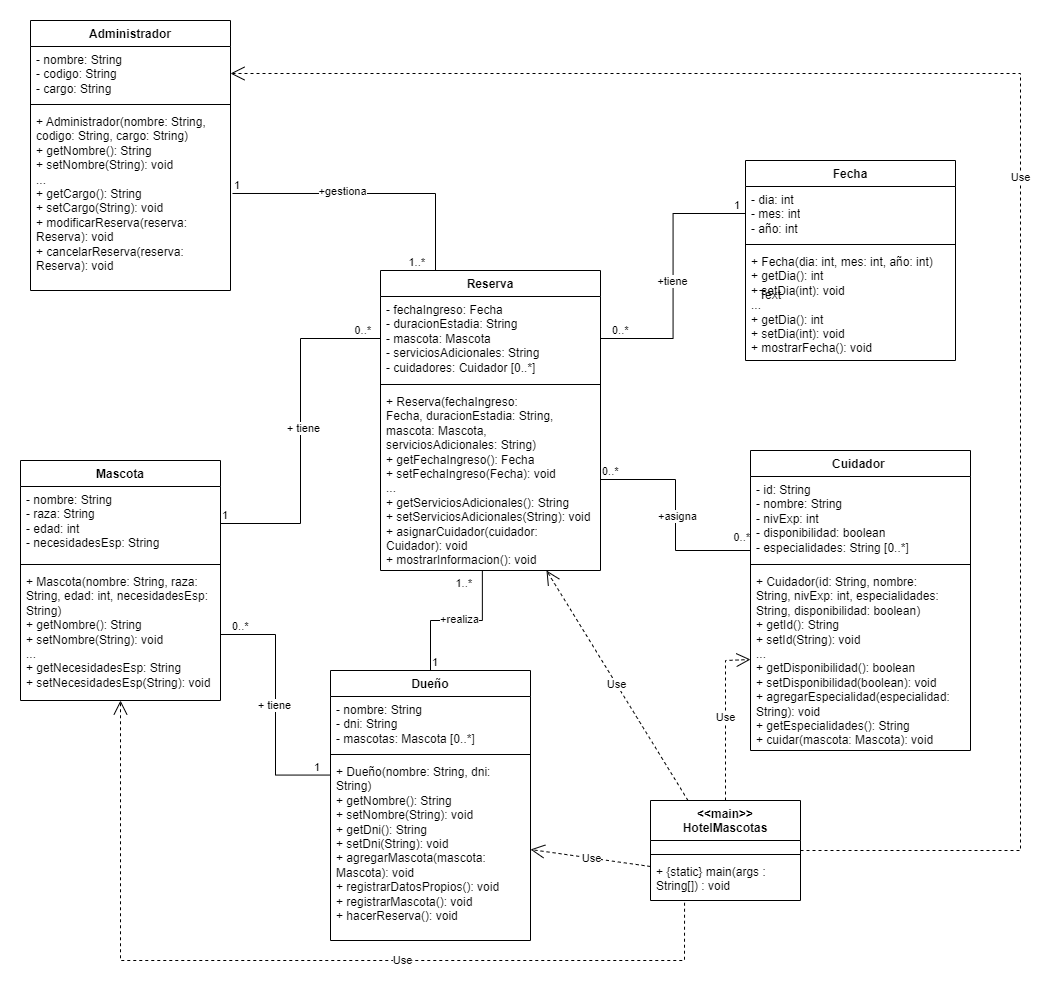
Earlier version of the draw.io export Hotel de Mascotas/HotalParaMascotas.png (DiegoRodriguezUFPS/POO-1-B). Source tidied: cells renumbered, new cells last; positions are measured from the earlier drawing's top-left corner, leaving out a move shared by most shapes.
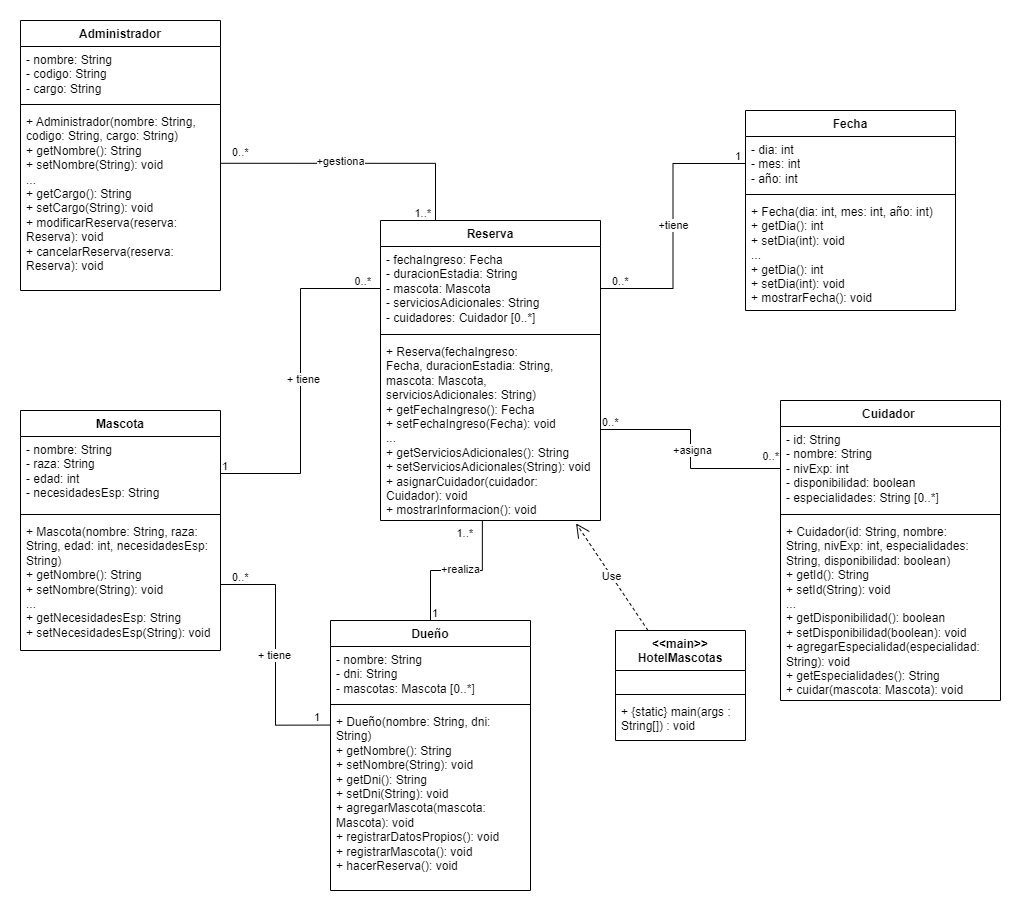
Above is the later version.

The edit, as a diff of the source:
```diff
@@ -27,7 +27,7 @@
       <mxGeometry y="118" width="220" height="182" as="geometry" />
     </mxCell>
     <mxCell id="10" value="Cuidador&amp;nbsp;" style="swimlane;fontStyle=1;align=center;verticalAlign=top;horizontal=1;startSize=26;whiteSpace=wrap;html=1;" parent="1" vertex="1">
-      <mxGeometry x="730" y="430" width="220" height="300" as="geometry" />
+      <mxGeometry x="760" y="430" width="220" height="300" as="geometry" />
     </mxCell>
     <mxCell id="11" value="- id: String&lt;div&gt;- nombre: String&lt;/div&gt;&lt;div&gt;- nivExp: int&lt;/div&gt;&lt;div&gt;&lt;span style=&quot;background-color: transparent; color: light-dark(rgb(0, 0, 0), rgb(255, 255, 255));&quot;&gt;- disponibilidad: boolean&lt;/span&gt;&lt;/div&gt;&lt;div&gt;&lt;div&gt;- especialidades: String&amp;nbsp;[0..*]&lt;/div&gt;&lt;/div&gt;&lt;div&gt;&lt;br&gt;&lt;/div&gt;" style="text;strokeColor=none;fillColor=none;align=left;verticalAlign=top;spacingLeft=4;spacingRight=4;overflow=hidden;points=[[0,0.5],[1,0.5]];portConstraint=eastwest;whiteSpace=wrap;html=1;" parent="10" vertex="1">
       <mxGeometry y="26" width="220" height="84" as="geometry" />
@@ -82,10 +82,8 @@
         <mxPoint x="-6" as="offset" />
       </mxGeometry>
     </mxCell>
-    <mxCell id="26" style="endArrow=none;html=1;edgeStyle=orthogonalEdgeStyle;rounded=0;exitX=1;exitY=0.5;exitDx=0;exitDy=0;" parent="1" edge="1" source="9">
-      <mxGeometry relative="1" as="geometry">
-        <mxPoint x="730" y="530" as="targetPoint" />
-      </mxGeometry>
+    <mxCell id="26" style="endArrow=none;html=1;edgeStyle=orthogonalEdgeStyle;rounded=0;exitX=1;exitY=0.5;exitDx=0;exitDy=0;" parent="1" edge="1" source="9" target="11">
+      <mxGeometry relative="1" as="geometry" />
     </mxCell>
     <mxCell id="27" value="0..*" style="edgeLabel;html=1;align=left;verticalAlign=bottom;" parent="26" vertex="1">
       <mxGeometry x="-1" relative="1" as="geometry" />
@@ -138,83 +136,52 @@
       </mxGeometry>
     </mxCell>
     <mxCell id="41" value="+tiene" style="edgeLabel;html=1;align=center;verticalAlign=middle;" parent="38" vertex="1">
-      <mxGeometry x="-0.03" y="2" relative="1" as="geometry">
-        <mxPoint x="1" y="1" as="offset" />
-      </mxGeometry>
+      <mxGeometry x="0.02" relative="1" as="geometry" />
     </mxCell>
     <mxCell id="42" value="Administrador" style="swimlane;fontStyle=1;align=center;verticalAlign=top;horizontal=1;startSize=26;whiteSpace=wrap;html=1;" parent="1" vertex="1">
-      <mxGeometry x="10" width="200" height="270" as="geometry" />
+      <mxGeometry y="50" width="200" height="270" as="geometry" />
     </mxCell>
-    <mxCell id="43" value="&lt;div&gt;- nombre: String&lt;/div&gt;&lt;div&gt;- codigo: String&lt;/div&gt;&lt;div&gt;- cargo: String&lt;/div&gt;" style="text;strokeColor=none;fillColor=none;align=left;verticalAlign=top;spacingLeft=4;spacingRight=4;overflow=hidden;points=[[0,0.5],[1,0.5]];portConstraint=eastwest;whiteSpace=wrap;html=1;" parent="42" vertex="1">
+    <mxCell id="43" value="&lt;div&gt;- nombre: String&lt;/div&gt;&lt;div&gt;- codigo: String&lt;/div&gt;- cargo: String&lt;div&gt;&lt;br&gt;&lt;/div&gt;" style="text;strokeColor=none;fillColor=none;align=left;verticalAlign=top;spacingLeft=4;spacingRight=4;overflow=hidden;points=[[0,0.5],[1,0.5]];portConstraint=eastwest;whiteSpace=wrap;html=1;" parent="42" vertex="1">
       <mxGeometry y="26" width="200" height="54" as="geometry" />
     </mxCell>
     <mxCell id="44" style="line;strokeWidth=1;fillColor=none;align=left;verticalAlign=middle;spacingTop=-1;spacingLeft=3;spacingRight=3;labelPosition=right;strokeColor=inherit;" parent="42" vertex="1">
       <mxGeometry y="80" width="200" height="8" as="geometry" />
     </mxCell>
-    <mxCell id="45" value="&lt;div&gt;+ Administrador(nombre: String, codigo: String, cargo: String)&lt;/div&gt;&lt;div&gt;+ getNombre(): String&lt;/div&gt;&lt;div&gt;+ setNombre(String): void&lt;/div&gt;&lt;div&gt;...&lt;/div&gt;&lt;div&gt;+ getCargo(): String&lt;/div&gt;&lt;div&gt;+ setCargo(String): void&lt;/div&gt;&lt;div&gt;+ modificarReserva(reserva: Reserva): void&lt;/div&gt;&lt;div&gt;+ cancelarReserva(reserva: Reserva): void&lt;/div&gt;" style="text;strokeColor=none;fillColor=none;align=left;verticalAlign=top;spacingLeft=4;spacingRight=4;overflow=hidden;points=[[0,0.5],[1,0.5]];portConstraint=eastwest;whiteSpace=wrap;html=1;" parent="42" vertex="1">
+    <mxCell id="45" value="+ Administrador(nombre: String,&lt;br/&gt;codigo: String, cargo: String)&lt;br/&gt;+ getNombre(): String&lt;br/&gt;+ setNombre(String): void&lt;br/&gt;...&lt;br/&gt;+ getCargo(): String&lt;br/&gt;+ setCargo(String): void&lt;br/&gt;+ modificarReserva(reserva:&lt;br/&gt;Reserva): void&lt;br/&gt;+ cancelarReserva(reserva:&lt;br/&gt;Reserva): void&amp;nbsp;" style="text;strokeColor=none;fillColor=none;align=left;verticalAlign=top;spacingLeft=4;spacingRight=4;overflow=hidden;points=[[0,0.5],[1,0.5]];portConstraint=eastwest;whiteSpace=wrap;html=1;" parent="42" vertex="1">
       <mxGeometry y="88" width="200" height="182" as="geometry" />
     </mxCell>
-    <mxCell id="46" style="endArrow=none;html=1;edgeStyle=orthogonalEdgeStyle;rounded=0;exitX=1.01;exitY=0.467;exitDx=0;exitDy=0;entryX=0.25;entryY=0;entryDx=0;entryDy=0;exitPerimeter=0;" parent="1" edge="1" source="45" target="6">
+    <mxCell id="46" style="endArrow=none;html=1;edgeStyle=orthogonalEdgeStyle;rounded=0;exitX=1.003;exitY=0.301;exitDx=0;exitDy=0;exitPerimeter=0;entryX=0.25;entryY=0;entryDx=0;entryDy=0;" parent="1" edge="1" source="45" target="6">
       <mxGeometry relative="1" as="geometry" />
     </mxCell>
-    <mxCell id="47" value="1" style="edgeLabel;html=1;align=left;verticalAlign=bottom;" parent="46" vertex="1">
-      <mxGeometry x="-1" relative="1" as="geometry" />
-    </mxCell>
+    <mxCell id="60" value="0..*" style="edgeLabel;html=1;align=left;verticalAlign=bottom;" parent="46" vertex="1">
+      <mxGeometry x="-1" relative="1" as="geometry">
+        <mxPoint x="9" y="-3" as="offset" />
+      </mxGeometry>
+    </mxCell>
     <mxCell id="48" value="1..*" style="edgeLabel;html=1;align=right;verticalAlign=bottom;" parent="46" vertex="1">
       <mxGeometry x="1" relative="1" as="geometry">
-        <mxPoint x="-10" as="offset" />
+        <mxPoint x="-5" as="offset" />
       </mxGeometry>
     </mxCell>
     <mxCell id="49" value="+gestiona" style="edgeLabel;html=1;align=center;verticalAlign=middle;" parent="46" vertex="1">
-      <mxGeometry x="0.02" y="-2" relative="1" as="geometry">
-        <mxPoint x="-34" y="-5" as="offset" />
+      <mxGeometry x="-0.01" y="-1" relative="1" as="geometry">
+        <mxPoint x="-16" y="-4" as="offset" />
       </mxGeometry>
     </mxCell>
-    <mxCell id="50" value="&amp;lt;&amp;lt;main&amp;gt;&amp;gt;&lt;div&gt;HotelMascotas&lt;/div&gt;" style="swimlane;fontStyle=1;align=center;verticalAlign=top;horizontal=1;startSize=40;whiteSpace=wrap;html=1;" parent="1" vertex="1">
-      <mxGeometry x="630" y="780" width="150" height="100" as="geometry" />
+    <mxCell id="50" value="&amp;lt;&amp;lt;main&amp;gt;&amp;gt;&lt;div&gt;HotelMascotas&lt;/div&gt;&lt;div&gt;&lt;br&gt;&lt;/div&gt;" style="swimlane;fontStyle=1;align=center;verticalAlign=top;horizontal=1;startSize=40;whiteSpace=wrap;html=1;" parent="1" vertex="1">
+      <mxGeometry x="595" y="660" width="130" height="110" as="geometry" />
     </mxCell>
-    <mxCell id="51" value="&amp;nbsp;" style="text;strokeColor=none;fillColor=none;align=left;verticalAlign=top;spacingLeft=4;spacingRight=4;overflow=hidden;whiteSpace=wrap;html=1;" parent="50" vertex="1">
-      <mxGeometry y="40" width="150" height="10" as="geometry" />
-    </mxCell>
-    <mxCell id="52" style="line;strokeWidth=1;fillColor=none;align=left;verticalAlign=middle;spacingTop=-1;spacingLeft=3;spacingRight=3;labelPosition=right;strokeColor=inherit;" parent="50" vertex="1">
-      <mxGeometry y="50" width="150" height="8" as="geometry" />
-    </mxCell>
+    <mxCell id="61" value="&amp;nbsp;" style="text;strokeColor=none;fillColor=none;align=left;verticalAlign=top;spacingLeft=4;spacingRight=4;overflow=hidden;whiteSpace=wrap;html=1;" parent="50" vertex="1">
+      <mxGeometry y="40" width="130" height="20" as="geometry" />
+    </mxCell>
+    <mxCell id="62" style="line;strokeWidth=1;fillColor=none;align=left;verticalAlign=middle;spacingTop=-1;spacingLeft=3;spacingRight=3;labelPosition=right;strokeColor=inherit;" parent="50" vertex="1">
+      <mxGeometry y="60" width="130" height="8" as="geometry" />
+    </mxCell>
-    <mxCell id="53" value="+ {static} main(args : String[]) : void" style="text;strokeColor=none;fillColor=none;align=left;verticalAlign=top;spacingLeft=4;spacingRight=4;overflow=hidden;points=[[0,0.5],[1,0.5]];portConstraint=eastwest;whiteSpace=wrap;html=1;" parent="50" vertex="1">
-      <mxGeometry y="58" width="150" height="42" as="geometry" />
+    <mxCell id="53" value="+ {static} main(args :&lt;br/&gt;String[]) : void&amp;nbsp;" style="text;strokeColor=none;fillColor=none;align=left;verticalAlign=top;spacingLeft=4;spacingRight=4;overflow=hidden;points=[[0,0.5],[1,0.5]];portConstraint=eastwest;whiteSpace=wrap;html=1;" parent="50" vertex="1">
+      <mxGeometry y="68" width="130" height="42" as="geometry" />
     </mxCell>
-    <mxCell id="54" value="Use" style="endArrow=open;endSize=12;dashed=1;html=1;rounded=0;entryX=1;entryY=0.5;entryDx=0;entryDy=0;" parent="1" edge="1" target="17">
-      <mxGeometry relative="1" as="geometry">
-        <mxPoint x="630" y="846" as="sourcePoint" />
-      </mxGeometry>
-    </mxCell>
-    <mxCell id="55" value="Text" style="text;html=1;whiteSpace=wrap;strokeColor=none;fillColor=none;align=center;verticalAlign=middle;rounded=0;" parent="1" vertex="1">
-      <mxGeometry x="720" y="260" width="60" height="30" as="geometry" />
-    </mxCell>
-    <mxCell id="56" value="Use" style="endArrow=open;endSize=12;dashed=1;html=1;rounded=0;exitX=0.227;exitY=1.053;exitDx=0;exitDy=0;exitPerimeter=0;entryX=0.5;entryY=1;entryDx=0;entryDy=0;" parent="1" edge="1" source="53" target="2">
-      <mxGeometry x="-0.23" relative="1" as="geometry">
-        <Array as="points">
-          <mxPoint x="664" y="940" />
-          <mxPoint x="100" y="940" />
-        </Array>
-      </mxGeometry>
-    </mxCell>
-    <mxCell id="57" value="Use" style="endArrow=open;endSize=12;dashed=1;html=1;rounded=0;exitX=0.25;exitY=0;exitDx=0;exitDy=0;" parent="1" edge="1" source="50" target="9">
+    <mxCell id="57" value="Use" style="endArrow=open;endSize=12;dashed=1;html=1;rounded=0;entryX=0.889;entryY=1.016;entryDx=0;entryDy=0;entryPerimeter=0;exitX=0.25;exitY=0;exitDx=0;exitDy=0;" parent="1" edge="1" source="50" target="9">
       <mxGeometry relative="1" as="geometry" />
     </mxCell>
-    <mxCell id="58" value="Use" style="endArrow=open;endSize=12;dashed=1;html=1;rounded=0;exitX=0.5;exitY=0;exitDx=0;exitDy=0;entryX=0;entryY=0.5;entryDx=0;entryDy=0;" parent="1" edge="1" source="50" target="13">
-      <mxGeometry relative="1" as="geometry">
-        <Array as="points">
-          <mxPoint x="705" y="640" />
-        </Array>
-      </mxGeometry>
-    </mxCell>
-    <mxCell id="59" value="Use" style="endArrow=open;endSize=12;dashed=1;html=1;rounded=0;exitX=1;exitY=0.5;exitDx=0;exitDy=0;entryX=1;entryY=0.5;entryDx=0;entryDy=0;" parent="1" edge="1" source="50" target="43">
-      <mxGeometry relative="1" as="geometry">
-        <Array as="points">
-          <mxPoint x="1000" y="830" />
-          <mxPoint x="1000" y="53" />
-        </Array>
-      </mxGeometry>
-    </mxCell>
   </root>
 </mxGraphModel>
```
